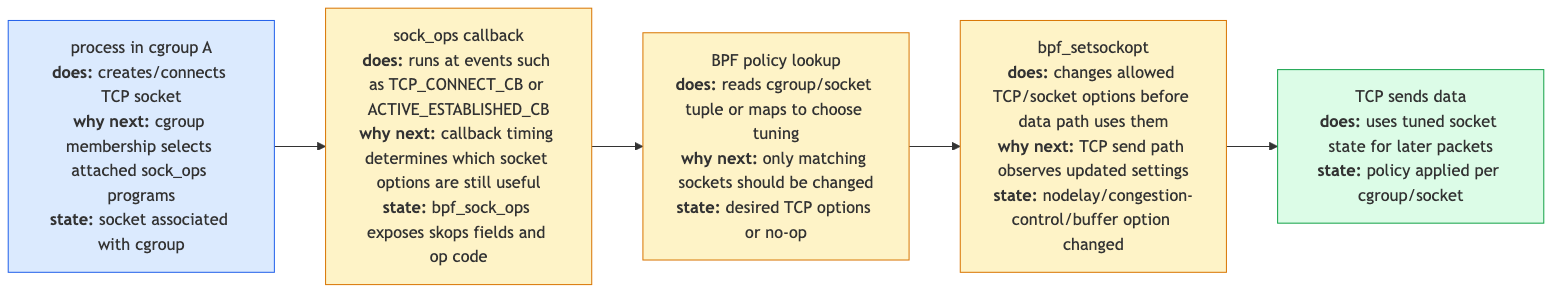
This is ebpf/src/diagrams/day19_sockops_flow.png from biefy/books, a Mermaid export, as it was before one commit. Its source is kept beside it as ebpf/src/diagrams/src/day19_sockops_flow.mmd.
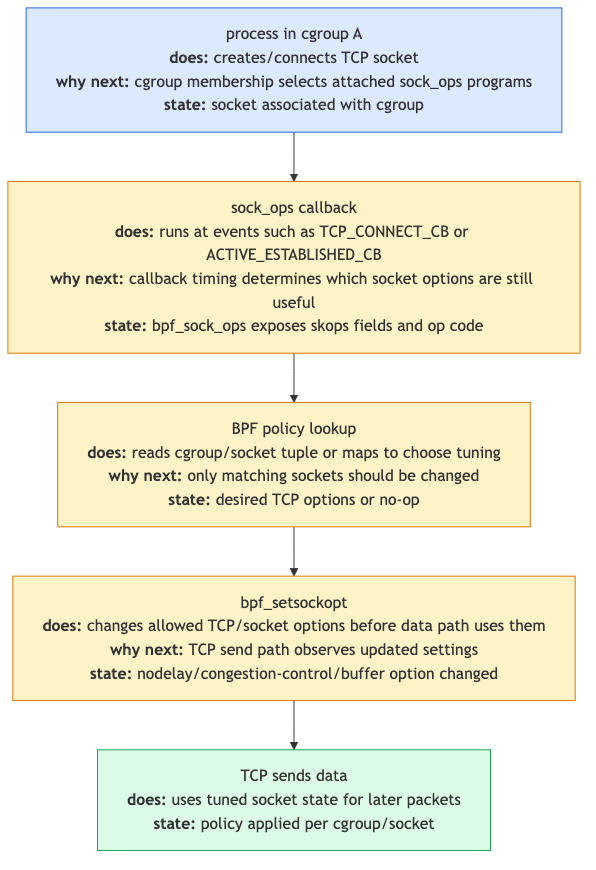
Later version of the same file.

What changed in the source:
```diff
@@ -1,4 +1,9 @@
-flowchart LR
+---
+config:
+  flowchart:
+    wrappingWidth: 520
+---
+flowchart TD
     Proc["process in cgroup A<br/><b>does:</b> creates/connects TCP socket<br/><b>why next:</b> cgroup membership selects attached sock_ops programs<br/><b>state:</b> socket associated with cgroup"]
     Callback["sock_ops callback<br/><b>does:</b> runs at events such as TCP_CONNECT_CB or ACTIVE_ESTABLISHED_CB<br/><b>why next:</b> callback timing determines which socket options are still useful<br/><b>state:</b> bpf_sock_ops exposes skops fields and op code"]
     Policy["BPF policy lookup<br/><b>does:</b> reads cgroup/socket tuple or maps to choose tuning<br/><b>why next:</b> only matching sockets should be changed<br/><b>state:</b> desired TCP options or no-op"]
```
